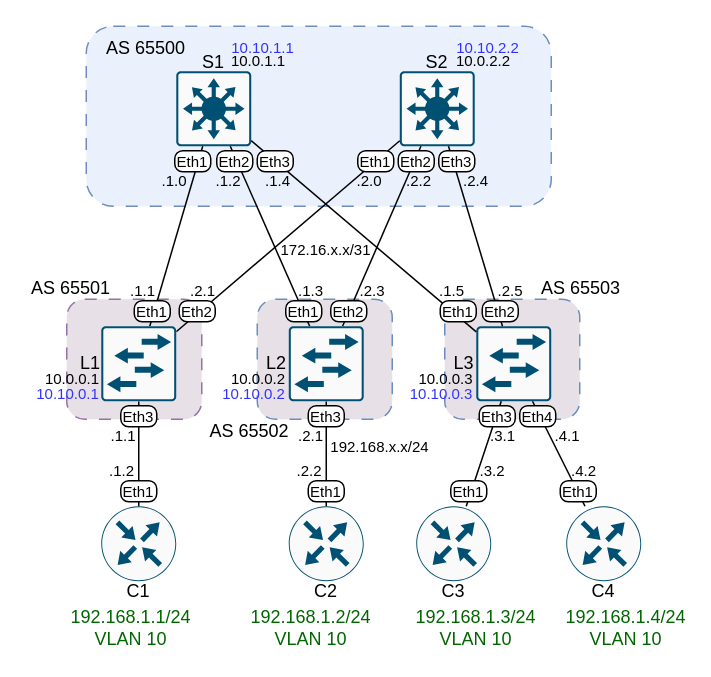
Earlier version of the draw.io diagram hw11/topology.drawio (E-Mi-Zh/otus_dc_nets). Source tidied: cells renumbered, new cells numbered last; positions are measured from the earlier drawing's top-left corner, leaving out a move shared by most shapes. Both pictures are drawn from the tidied source at 150%, with x=0, y=0 at pixel (26, 26).
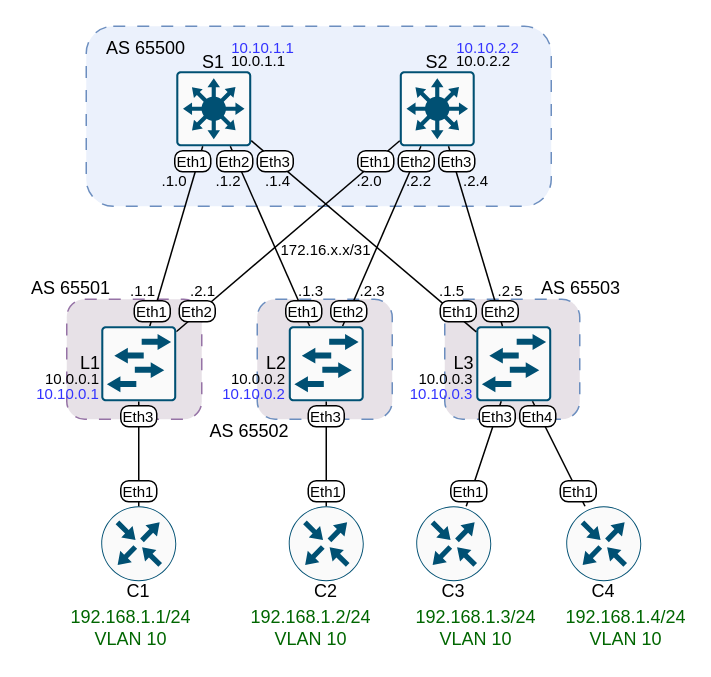
The same diagram, later.

What changed in the source:
```diff
@@
-    <mxCell id="58" value="&lt;font style=&quot;font-size: 10px;&quot;&gt;192.168.x.x/24&lt;/font&gt;" style="text;html=1;whiteSpace=wrap;strokeColor=none;fillColor=none;align=center;verticalAlign=middle;rounded=0;" parent="39" vertex="1">
-      <mxGeometry x="216" y="270" width="40" height="20" as="geometry" />
-    </mxCell>
-    <mxCell id="59" value="&lt;font style=&quot;font-size: 10px;&quot;&gt;.1.1&lt;/font&gt;" style="text;html=1;whiteSpace=wrap;strokeColor=none;fillColor=none;align=center;verticalAlign=middle;rounded=0;" parent="39" vertex="1">
-      <mxGeometry x="50" y="263" width="30" height="20" as="geometry" />
-    </mxCell>
-    <mxCell id="60" value="&lt;font style=&quot;font-size: 10px;&quot;&gt;.1.2&lt;/font&gt;" style="text;html=1;whiteSpace=wrap;strokeColor=none;fillColor=none;align=center;verticalAlign=middle;rounded=0;" parent="39" vertex="1">
-      <mxGeometry x="49" y="286" width="30" height="20" as="geometry" />
-    </mxCell>
-    <mxCell id="61" value="&lt;font style=&quot;font-size: 10px;&quot;&gt;.2.1&lt;/font&gt;" style="text;html=1;whiteSpace=wrap;strokeColor=none;fillColor=none;align=center;verticalAlign=middle;rounded=0;" parent="39" vertex="1">
-      <mxGeometry x="175" y="263" width="30" height="20" as="geometry" />
-    </mxCell>
-    <mxCell id="62" value="&lt;font style=&quot;font-size: 10px;&quot;&gt;.2.2&lt;/font&gt;" style="text;html=1;whiteSpace=wrap;strokeColor=none;fillColor=none;align=center;verticalAlign=middle;rounded=0;" parent="39" vertex="1">
-      <mxGeometry x="174" y="286" width="30" height="20" as="geometry" />
-    </mxCell>
-    <mxCell id="63" value="&lt;font style=&quot;font-size: 10px;&quot;&gt;.3.1&lt;/font&gt;" style="text;html=1;whiteSpace=wrap;strokeColor=none;fillColor=none;align=center;verticalAlign=middle;rounded=0;" parent="39" vertex="1">
-      <mxGeometry x="303" y="263" width="30" height="20" as="geometry" />
-    </mxCell>
-    <mxCell id="64" value="&lt;font style=&quot;font-size: 10px;&quot;&gt;.3.2&lt;/font&gt;" style="text;html=1;whiteSpace=wrap;strokeColor=none;fillColor=none;align=center;verticalAlign=middle;rounded=0;" parent="39" vertex="1">
-      <mxGeometry x="296" y="286" width="30" height="20" as="geometry" />
-    </mxCell>
-    <mxCell id="65" value="&lt;font style=&quot;font-size: 10px;&quot;&gt;.4.1&lt;/font&gt;" style="text;html=1;whiteSpace=wrap;strokeColor=none;fillColor=none;align=center;verticalAlign=middle;rounded=0;" parent="39" vertex="1">
-      <mxGeometry x="346" y="263" width="30" height="20" as="geometry" />
-    </mxCell>
-    <mxCell id="66" value="&lt;font style=&quot;font-size: 10px;&quot;&gt;.4.2&lt;/font&gt;" style="text;html=1;whiteSpace=wrap;strokeColor=none;fillColor=none;align=center;verticalAlign=middle;rounded=0;" parent="39" vertex="1">
-      <mxGeometry x="357" y="286" width="30" height="20" as="geometry" />
-    </mxCell>
```
